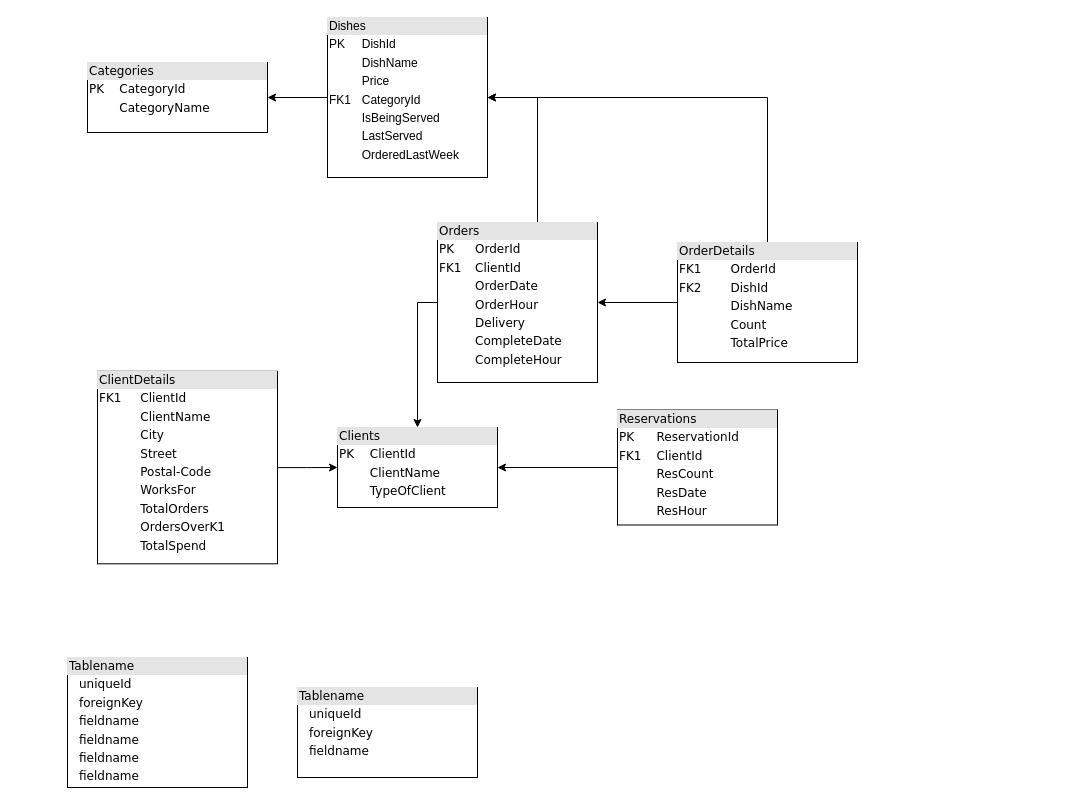
The draw.io diagram DataBaseSchema.drawio in mczajor/DataBases, before the edit. Source tidied: cells renumbered, new cells numbered last; positions are measured from the earlier drawing's top-left corner, leaving out a move shared by most shapes. Both pictures are drawn from the tidied source at 100%, with x=0, y=0 at pixel (67, 17).
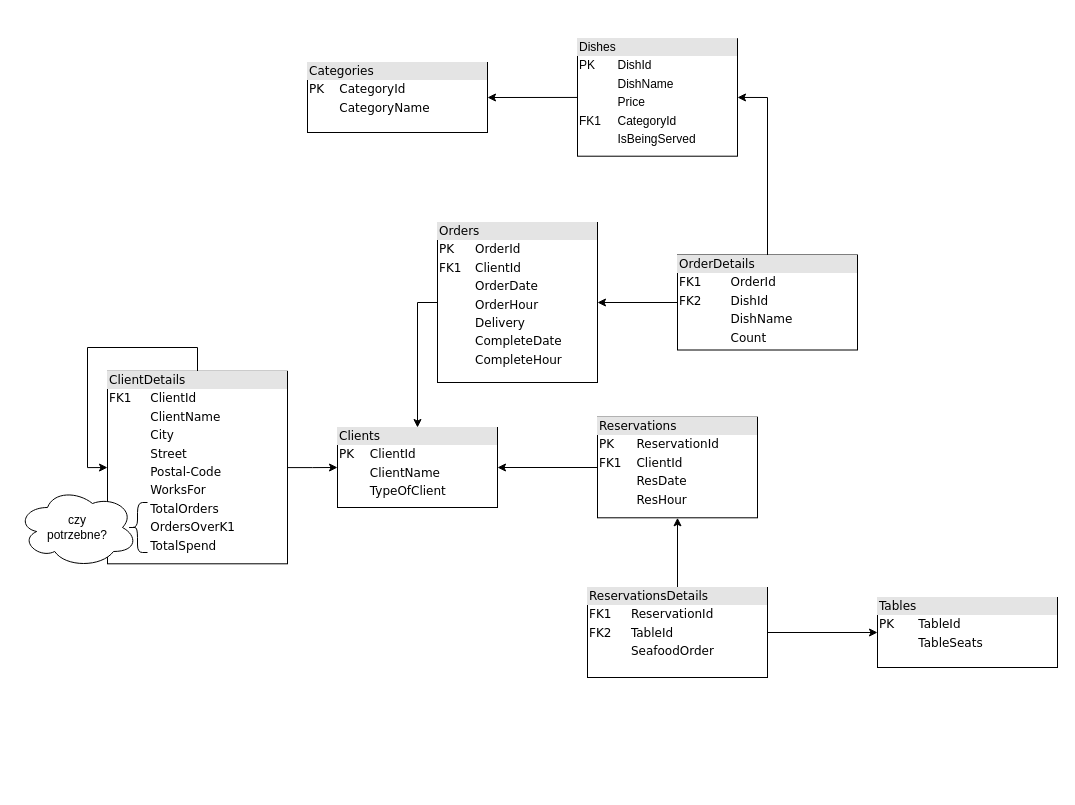
After the change.

Unchanged cells that the change refers to:
```xml
<mxCell id="9" value="&lt;div style=&quot;box-sizing: border-box ; width: 100% ; background: #e4e4e4 ; padding: 2px&quot;&gt;Orders&lt;/div&gt;&lt;table style=&quot;width: 100% ; font-size: 1em&quot; cellspacing=&quot;0&quot; cellpadding=&quot;2&quot;&gt;&lt;tbody&gt;&lt;tr&gt;&lt;td&gt;PK&lt;br&gt;&lt;/td&gt;&lt;td&gt;OrderId&lt;br&gt;&lt;/td&gt;&lt;/tr&gt;&lt;tr&gt;&lt;td&gt;FK1&lt;br&gt;&lt;/td&gt;&lt;td&gt;ClientId&lt;br&gt;&lt;/td&gt;&lt;/tr&gt;&lt;tr&gt;&lt;td&gt;&lt;br&gt;&lt;/td&gt;&lt;td&gt;OrderDate&lt;br&gt;&lt;/td&gt;&lt;/tr&gt;&lt;tr&gt;&lt;td&gt;&lt;br&gt;&lt;/td&gt;&lt;td&gt;OrderHour&lt;br&gt;&lt;/td&gt;&lt;/tr&gt;&lt;tr&gt;&lt;td&gt;&lt;br&gt;&lt;/td&gt;&lt;td&gt;Delivery&lt;br&gt;&lt;/td&gt;&lt;/tr&gt;&lt;tr&gt;&lt;td&gt;&lt;br&gt;&lt;/td&gt;&lt;td&gt;CompleteDate&lt;/td&gt;&lt;/tr&gt;&lt;tr&gt;&lt;td&gt;&lt;br&gt;&lt;/td&gt;&lt;td&gt;CompleteHour&lt;br&gt;&lt;/td&gt;&lt;/tr&gt;&lt;/tbody&gt;&lt;/table&gt;" style="verticalAlign=top;align=left;overflow=fill;html=1;rounded=0;shadow=0;comic=0;labelBackgroundColor=none;strokeWidth=1;fontFamily=Verdana;fontSize=12;" parent="1" vertex="1">
  <mxGeometry x="370" y="205" width="160" height="160" as="geometry" />
</mxCell>
```

Change to the diagram source:
```diff
@@
-    <mxCell id="3" value="&lt;div style=&quot;box-sizing: border-box ; width: 100% ; background: #e4e4e4 ; padding: 2px&quot;&gt;Reservations&lt;br&gt;&lt;/div&gt;&lt;table style=&quot;width: 100% ; font-size: 1em&quot; cellspacing=&quot;0&quot; cellpadding=&quot;2&quot;&gt;&lt;tbody&gt;&lt;tr&gt;&lt;td&gt;PK&lt;br&gt;&lt;/td&gt;&lt;td&gt;ReservationId&lt;br&gt;&lt;/td&gt;&lt;/tr&gt;&lt;tr&gt;&lt;td&gt;FK1&lt;br&gt;&lt;/td&gt;&lt;td&gt;ClientId&lt;br&gt;&lt;/td&gt;&lt;/tr&gt;&lt;tr&gt;&lt;td&gt;&lt;/td&gt;&lt;td&gt;ResCount&lt;br&gt;&lt;/td&gt;&lt;/tr&gt;&lt;tr&gt;&lt;td&gt;&lt;br&gt;&lt;/td&gt;&lt;td&gt;ResDate&lt;br&gt;&lt;/td&gt;&lt;/tr&gt;&lt;tr&gt;&lt;td&gt;&lt;br&gt;&lt;/td&gt;&lt;td&gt;ResHour&lt;br&gt;&lt;/td&gt;&lt;/tr&gt;&lt;/tbody&gt;&lt;/table&gt;" style="verticalAlign=top;align=left;overflow=fill;html=1;rounded=0;shadow=0;comic=0;labelBackgroundColor=none;strokeWidth=1;fontFamily=Verdana;fontSize=12;" parent="1" vertex="1">
-      <mxGeometry x="550" y="392.5" width="160" height="115" as="geometry" />
+    <mxCell id="3" value="&lt;div style=&quot;box-sizing: border-box ; width: 100% ; background: #e4e4e4 ; padding: 2px&quot;&gt;Reservations&lt;br&gt;&lt;/div&gt;&lt;table style=&quot;width: 100% ; font-size: 1em&quot; cellspacing=&quot;0&quot; cellpadding=&quot;2&quot;&gt;&lt;tbody&gt;&lt;tr&gt;&lt;td&gt;PK&lt;br&gt;&lt;/td&gt;&lt;td&gt;ReservationId&lt;br&gt;&lt;/td&gt;&lt;/tr&gt;&lt;tr&gt;&lt;td&gt;FK1&lt;br&gt;&lt;/td&gt;&lt;td&gt;ClientId&lt;br&gt;&lt;/td&gt;&lt;/tr&gt;&lt;tr&gt;&lt;td&gt;&lt;br&gt;&lt;/td&gt;&lt;td&gt;ResDate&lt;br&gt;&lt;/td&gt;&lt;/tr&gt;&lt;tr&gt;&lt;td&gt;&lt;br&gt;&lt;/td&gt;&lt;td&gt;ResHour&lt;br&gt;&lt;/td&gt;&lt;/tr&gt;&lt;/tbody&gt;&lt;/table&gt;" style="verticalAlign=top;align=left;overflow=fill;html=1;rounded=0;shadow=0;comic=0;labelBackgroundColor=none;strokeWidth=1;fontFamily=Verdana;fontSize=12;" parent="1" vertex="1">
+      <mxGeometry x="530" y="399.7" width="160" height="100.6" as="geometry" />
     </mxCell>
@@
+    <mxCell id="18" style="edgeStyle=orthogonalEdgeStyle;rounded=0;orthogonalLoop=1;jettySize=auto;html=1;entryX=0;entryY=0.5;entryDx=0;entryDy=0;entryPerimeter=0;" parent="1" edge="1" source="6" target="6">
+      <mxGeometry relative="1" as="geometry">
+        <Array as="points">
+          <mxPoint x="130" y="330" />
+          <mxPoint x="20" y="330" />
+          <mxPoint x="20" y="450" />
+        </Array>
+      </mxGeometry>
+    </mxCell>
     <mxCell id="6" value="&lt;div style=&quot;box-sizing: border-box ; width: 100% ; background: #e4e4e4 ; padding: 2px&quot;&gt;ClientDetails&lt;/div&gt;&lt;table style=&quot;width: 100% ; font-size: 1em&quot; cellspacing=&quot;0&quot; cellpadding=&quot;2&quot;&gt;&lt;tbody&gt;&lt;tr&gt;&lt;td&gt;FK1&lt;br&gt;&lt;/td&gt;&lt;td&gt;ClientId&lt;/td&gt;&lt;/tr&gt;&lt;tr&gt;&lt;td&gt;&lt;br&gt;&lt;/td&gt;&lt;td&gt;ClientName&lt;/td&gt;&lt;/tr&gt;&lt;tr&gt;&lt;td&gt;&lt;/td&gt;&lt;td&gt;City&lt;br&gt;&lt;/td&gt;&lt;/tr&gt;&lt;tr&gt;&lt;td&gt;&lt;br&gt;&lt;/td&gt;&lt;td&gt;Street&lt;br&gt;&lt;/td&gt;&lt;/tr&gt;&lt;tr&gt;&lt;td&gt;&lt;br&gt;&lt;/td&gt;&lt;td&gt;Postal-Code&lt;br&gt;&lt;/td&gt;&lt;/tr&gt;&lt;tr&gt;&lt;td&gt;&lt;br&gt;&lt;/td&gt;&lt;td&gt;WorksFor&lt;br&gt;&lt;/td&gt;&lt;/tr&gt;&lt;tr&gt;&lt;td&gt;&lt;br&gt;&lt;/td&gt;&lt;td&gt;TotalOrders&lt;br&gt;&lt;/td&gt;&lt;/tr&gt;&lt;tr&gt;&lt;td&gt;&lt;br&gt;&lt;/td&gt;&lt;td&gt;OrdersOverK1&lt;br&gt;&lt;/td&gt;&lt;/tr&gt;&lt;tr&gt;&lt;td&gt;&lt;br&gt;&lt;/td&gt;&lt;td&gt;TotalSpend&lt;br&gt;&lt;/td&gt;&lt;/tr&gt;&lt;/tbody&gt;&lt;/table&gt;" style="verticalAlign=top;align=left;overflow=fill;html=1;rounded=0;shadow=0;comic=0;labelBackgroundColor=none;strokeWidth=1;fontFamily=Verdana;fontSize=12;" parent="1" vertex="1">
-      <mxGeometry x="30" y="353.8" width="180" height="192.5" as="geometry" />
+      <mxGeometry x="40" y="353.8" width="180" height="192.5" as="geometry" />
     </mxCell>
@@
-    <mxCell id="8" style="edgeStyle=orthogonalEdgeStyle;rounded=0;jettySize=auto;html=1;" parent="1" edge="1" source="9" target="17">
-      <mxGeometry relative="1" as="geometry">
-        <Array as="points">
-          <mxPoint x="470" y="80" />
-        </Array>
-      </mxGeometry>
-    </mxCell>
@@
     <mxCell id="10" value="&lt;div style=&quot;box-sizing:border-box;width:100%;background:#e4e4e4;padding:2px;&quot;&gt;Categories&lt;/div&gt;&lt;table style=&quot;width:100%;font-size:1em;&quot; cellspacing=&quot;0&quot; cellpadding=&quot;2&quot;&gt;&lt;tbody&gt;&lt;tr&gt;&lt;td&gt;PK&lt;br&gt;&lt;/td&gt;&lt;td&gt;CategoryId&lt;/td&gt;&lt;/tr&gt;&lt;tr&gt;&lt;td&gt;&lt;br&gt;&lt;/td&gt;&lt;td&gt;CategoryName&lt;/td&gt;&lt;/tr&gt;&lt;/tbody&gt;&lt;/table&gt;" style="verticalAlign=top;align=left;overflow=fill;html=1;rounded=0;shadow=0;comic=0;labelBackgroundColor=none;strokeWidth=1;fontFamily=Verdana;fontSize=12;" parent="1" vertex="1">
-      <mxGeometry x="20" y="45" width="180" height="70" as="geometry" />
+      <mxGeometry x="240" y="45" width="180" height="70" as="geometry" />
     </mxCell>
@@
-    <mxCell id="13" value="&lt;div style=&quot;box-sizing: border-box ; width: 100% ; background: #e4e4e4 ; padding: 2px&quot;&gt;OrderDetails&lt;/div&gt;&lt;table style=&quot;width: 100% ; font-size: 1em&quot; cellspacing=&quot;0&quot; cellpadding=&quot;2&quot;&gt;&lt;tbody&gt;&lt;tr&gt;&lt;td&gt;FK1&lt;br&gt;&lt;/td&gt;&lt;td&gt;OrderId&lt;br&gt;&lt;/td&gt;&lt;/tr&gt;&lt;tr&gt;&lt;td&gt;FK2&lt;br&gt;&lt;/td&gt;&lt;td&gt;DishId&lt;/td&gt;&lt;/tr&gt;&lt;tr&gt;&lt;td&gt;&lt;br&gt;&lt;/td&gt;&lt;td&gt;DishName&lt;br&gt;&lt;/td&gt;&lt;/tr&gt;&lt;tr&gt;&lt;td&gt;&lt;/td&gt;&lt;td&gt;Count&lt;/td&gt;&lt;/tr&gt;&lt;tr&gt;&lt;td&gt;&lt;br&gt;&lt;/td&gt;&lt;td&gt;TotalPrice&lt;br&gt;&lt;/td&gt;&lt;/tr&gt;&lt;/tbody&gt;&lt;/table&gt;" style="verticalAlign=top;align=left;overflow=fill;html=1;rounded=0;shadow=0;comic=0;labelBackgroundColor=none;strokeWidth=1;fontFamily=Verdana;fontSize=12;" parent="1" vertex="1">
-      <mxGeometry x="610" y="225" width="180" height="120" as="geometry" />
+    <mxCell id="13" value="&lt;div style=&quot;box-sizing: border-box ; width: 100% ; background: #e4e4e4 ; padding: 2px&quot;&gt;OrderDetails&lt;/div&gt;&lt;table style=&quot;width: 100% ; font-size: 1em&quot; cellspacing=&quot;0&quot; cellpadding=&quot;2&quot;&gt;&lt;tbody&gt;&lt;tr&gt;&lt;td&gt;FK1&lt;br&gt;&lt;/td&gt;&lt;td&gt;OrderId&lt;br&gt;&lt;/td&gt;&lt;/tr&gt;&lt;tr&gt;&lt;td&gt;FK2&lt;br&gt;&lt;/td&gt;&lt;td&gt;DishId&lt;/td&gt;&lt;/tr&gt;&lt;tr&gt;&lt;td&gt;&lt;br&gt;&lt;/td&gt;&lt;td&gt;DishName&lt;br&gt;&lt;/td&gt;&lt;/tr&gt;&lt;tr&gt;&lt;td&gt;&lt;/td&gt;&lt;td&gt;Count&lt;/td&gt;&lt;/tr&gt;&lt;/tbody&gt;&lt;/table&gt;" style="verticalAlign=top;align=left;overflow=fill;html=1;rounded=0;shadow=0;comic=0;labelBackgroundColor=none;strokeWidth=1;fontFamily=Verdana;fontSize=12;" parent="1" vertex="1">
+      <mxGeometry x="610" y="237.5" width="180" height="95" as="geometry" />
     </mxCell>
-    <mxCell id="14" value="&lt;div style=&quot;box-sizing:border-box;width:100%;background:#e4e4e4;padding:2px;&quot;&gt;Tablename&lt;/div&gt;&lt;table style=&quot;width:100%;font-size:1em;&quot; cellspacing=&quot;0&quot; cellpadding=&quot;2&quot;&gt;&lt;tbody&gt;&lt;tr&gt;&lt;td&gt;&lt;br&gt;&lt;/td&gt;&lt;td&gt;uniqueId&lt;/td&gt;&lt;/tr&gt;&lt;tr&gt;&lt;td&gt;&lt;br&gt;&lt;/td&gt;&lt;td&gt;foreignKey&lt;/td&gt;&lt;/tr&gt;&lt;tr&gt;&lt;td&gt;&lt;/td&gt;&lt;td&gt;fieldname&lt;/td&gt;&lt;/tr&gt;&lt;/tbody&gt;&lt;/table&gt;" style="verticalAlign=top;align=left;overflow=fill;html=1;rounded=0;shadow=0;comic=0;labelBackgroundColor=none;strokeWidth=1;fontFamily=Verdana;fontSize=12;" parent="1" vertex="1">
-      <mxGeometry x="230" y="670" width="180" height="90" as="geometry" />
+    <mxCell id="14" value="&lt;div style=&quot;box-sizing:border-box;width:100%;background:#e4e4e4;padding:2px;&quot;&gt;Tables&lt;/div&gt;&lt;table style=&quot;width:100%;font-size:1em;&quot; cellspacing=&quot;0&quot; cellpadding=&quot;2&quot;&gt;&lt;tbody&gt;&lt;tr&gt;&lt;td&gt;PK&lt;br&gt;&lt;/td&gt;&lt;td&gt;TableId&lt;/td&gt;&lt;/tr&gt;&lt;tr&gt;&lt;td&gt;&lt;br&gt;&lt;/td&gt;&lt;td&gt;TableSeats&lt;/td&gt;&lt;/tr&gt;&lt;/tbody&gt;&lt;/table&gt;" style="verticalAlign=top;align=left;overflow=fill;html=1;rounded=0;shadow=0;comic=0;labelBackgroundColor=none;strokeWidth=1;fontFamily=Verdana;fontSize=12;" parent="1" vertex="1">
+      <mxGeometry x="810" y="580" width="180" height="70" as="geometry" />
     </mxCell>
+    <mxCell id="19" style="edgeStyle=orthogonalEdgeStyle;rounded=0;jettySize=auto;html=1;entryX=0.5;entryY=1;entryDx=0;entryDy=0;" parent="1" edge="1" source="15" target="3">
+      <mxGeometry relative="1" as="geometry" />
+    </mxCell>
+    <mxCell id="20" style="edgeStyle=orthogonalEdgeStyle;rounded=0;jettySize=auto;html=1;" parent="1" edge="1" source="15" target="14">
+      <mxGeometry relative="1" as="geometry" />
+    </mxCell>
-    <mxCell id="15" value="&lt;div style=&quot;box-sizing: border-box ; width: 100% ; background: #e4e4e4 ; padding: 2px&quot;&gt;Tablename&lt;/div&gt;&lt;table style=&quot;width: 100% ; font-size: 1em&quot; cellspacing=&quot;0&quot; cellpadding=&quot;2&quot;&gt;&lt;tbody&gt;&lt;tr&gt;&lt;td&gt;&lt;br&gt;&lt;/td&gt;&lt;td&gt;uniqueId&lt;/td&gt;&lt;/tr&gt;&lt;tr&gt;&lt;td&gt;&lt;br&gt;&lt;/td&gt;&lt;td&gt;foreignKey&lt;/td&gt;&lt;/tr&gt;&lt;tr&gt;&lt;td&gt;&lt;/td&gt;&lt;td&gt;fieldname&lt;/td&gt;&lt;/tr&gt;&lt;tr&gt;&lt;td&gt;&lt;br&gt;&lt;/td&gt;&lt;td&gt;fieldname&lt;br&gt;&lt;/td&gt;&lt;/tr&gt;&lt;tr&gt;&lt;td&gt;&lt;br&gt;&lt;/td&gt;&lt;td&gt;fieldname&lt;br&gt;&lt;/td&gt;&lt;/tr&gt;&lt;tr&gt;&lt;td&gt;&lt;br&gt;&lt;/td&gt;&lt;td&gt;fieldname&lt;br&gt;&lt;/td&gt;&lt;/tr&gt;&lt;/tbody&gt;&lt;/table&gt;" style="verticalAlign=top;align=left;overflow=fill;html=1;rounded=0;shadow=0;comic=0;labelBackgroundColor=none;strokeWidth=1;fontFamily=Verdana;fontSize=12;" parent="1" vertex="1">
-      <mxGeometry y="640" width="180" height="130" as="geometry" />
+    <mxCell id="15" value="&lt;div style=&quot;box-sizing: border-box ; width: 100% ; background: #e4e4e4 ; padding: 2px&quot;&gt;ReservationsDetails&lt;/div&gt;&lt;table style=&quot;width: 100% ; font-size: 1em&quot; cellspacing=&quot;0&quot; cellpadding=&quot;2&quot;&gt;&lt;tbody&gt;&lt;tr&gt;&lt;td&gt;FK1&lt;br&gt;&lt;/td&gt;&lt;td&gt;ReservationId&lt;/td&gt;&lt;/tr&gt;&lt;tr&gt;&lt;td&gt;FK2&lt;br&gt;&lt;/td&gt;&lt;td&gt;TableId&lt;br&gt;&lt;/td&gt;&lt;/tr&gt;&lt;tr&gt;&lt;td&gt;&lt;br&gt;&lt;/td&gt;&lt;td&gt;SeafoodOrder&lt;br&gt;&lt;/td&gt;&lt;/tr&gt;&lt;/tbody&gt;&lt;/table&gt;" style="verticalAlign=top;align=left;overflow=fill;html=1;rounded=0;shadow=0;comic=0;labelBackgroundColor=none;strokeWidth=1;fontFamily=Verdana;fontSize=12;" parent="1" vertex="1">
+      <mxGeometry x="520" y="570" width="180" height="90" as="geometry" />
     </mxCell>
@@
-    <mxCell id="17" value="&lt;div style=&quot;box-sizing:border-box;width:100%;background:#e4e4e4;padding:2px;&quot;&gt;Dishes&lt;/div&gt;&lt;table style=&quot;width:100%;font-size:1em;&quot; cellspacing=&quot;0&quot; cellpadding=&quot;2&quot;&gt;&lt;tbody&gt;&lt;tr&gt;&lt;td&gt;PK&lt;br&gt;&lt;/td&gt;&lt;td&gt;DishId&lt;/td&gt;&lt;/tr&gt;&lt;tr&gt;&lt;td&gt;&lt;br&gt;&lt;/td&gt;&lt;td&gt;DishName&lt;br&gt;&lt;/td&gt;&lt;/tr&gt;&lt;tr&gt;&lt;td&gt;&lt;br&gt;&lt;/td&gt;&lt;td&gt;Price&lt;br&gt;&lt;/td&gt;&lt;/tr&gt;&lt;tr&gt;&lt;td&gt;FK1&lt;/td&gt;&lt;td&gt;CategoryId&lt;/td&gt;&lt;/tr&gt;&lt;tr&gt;&lt;td&gt;&lt;br&gt;&lt;/td&gt;&lt;td&gt;IsBeingServed&lt;br&gt;&lt;/td&gt;&lt;/tr&gt;&lt;tr&gt;&lt;td&gt;&lt;br&gt;&lt;/td&gt;&lt;td&gt;LastServed&lt;br&gt;&lt;/td&gt;&lt;/tr&gt;&lt;tr&gt;&lt;td&gt;&lt;br&gt;&lt;/td&gt;&lt;td&gt;OrderedLastWeek&lt;/td&gt;&lt;/tr&gt;&lt;/tbody&gt;&lt;/table&gt;" style="verticalAlign=top;align=left;overflow=fill;html=1;" parent="1" vertex="1">
-      <mxGeometry x="260" width="160" height="160" as="geometry" />
+    <mxCell id="17" value="&lt;div style=&quot;box-sizing:border-box;width:100%;background:#e4e4e4;padding:2px;&quot;&gt;Dishes&lt;/div&gt;&lt;table style=&quot;width:100%;font-size:1em;&quot; cellspacing=&quot;0&quot; cellpadding=&quot;2&quot;&gt;&lt;tbody&gt;&lt;tr&gt;&lt;td&gt;PK&lt;br&gt;&lt;/td&gt;&lt;td&gt;DishId&lt;/td&gt;&lt;/tr&gt;&lt;tr&gt;&lt;td&gt;&lt;br&gt;&lt;/td&gt;&lt;td&gt;DishName&lt;br&gt;&lt;/td&gt;&lt;/tr&gt;&lt;tr&gt;&lt;td&gt;&lt;br&gt;&lt;/td&gt;&lt;td&gt;Price&lt;br&gt;&lt;/td&gt;&lt;/tr&gt;&lt;tr&gt;&lt;td&gt;FK1&lt;/td&gt;&lt;td&gt;CategoryId&lt;/td&gt;&lt;/tr&gt;&lt;tr&gt;&lt;td&gt;&lt;br&gt;&lt;/td&gt;&lt;td&gt;IsBeingServed&lt;br&gt;&lt;/td&gt;&lt;/tr&gt;&lt;/tbody&gt;&lt;/table&gt;" style="verticalAlign=top;align=left;overflow=fill;html=1;" parent="1" vertex="1">
+      <mxGeometry x="510" y="21.2" width="160" height="117.5" as="geometry" />
     </mxCell>
+    <mxCell id="21" style="edgeStyle=orthogonalEdgeStyle;rounded=0;orthogonalLoop=1;jettySize=auto;html=1;exitX=0.5;exitY=1;exitDx=0;exitDy=0;" parent="1" edge="1" source="14" target="14">
+      <mxGeometry relative="1" as="geometry" />
+    </mxCell>
+    <mxCell id="22" value="&lt;div&gt;czy &lt;br&gt;&lt;/div&gt;&lt;div&gt;potrzebne?&lt;br&gt;&lt;/div&gt;" style="ellipse;shape=cloud;whiteSpace=wrap;html=1;" parent="1" vertex="1">
+      <mxGeometry x="-50" y="470" width="120" height="80" as="geometry" />
+    </mxCell>
+    <mxCell id="23" style="shape=curlyBracket;whiteSpace=wrap;html=1;rounded=1;labelPosition=left;verticalLabelPosition=middle;align=right;verticalAlign=middle;size=0.5;" parent="1" vertex="1">
+      <mxGeometry x="60" y="485" width="20" height="50" as="geometry" />
+    </mxCell>
```
